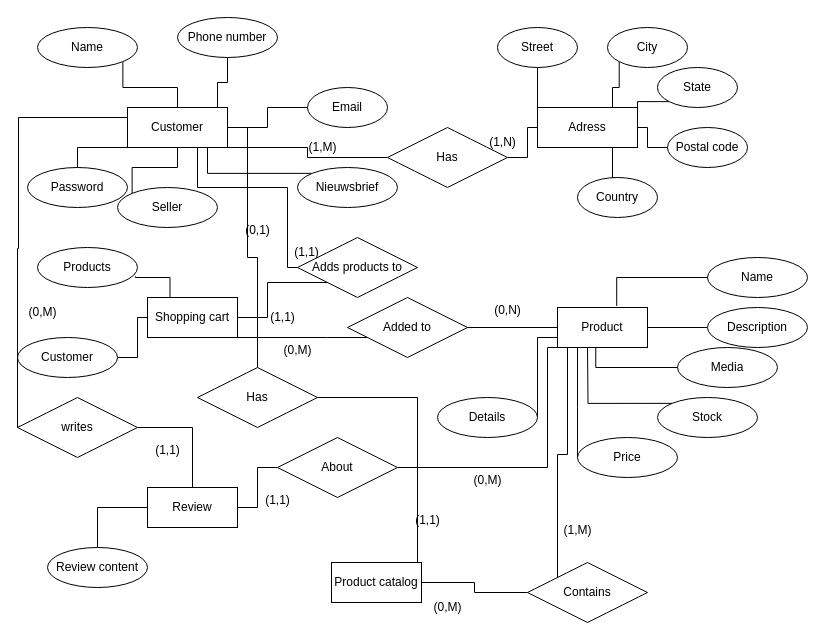
This is analysis/Conceptual model.drawio from UCLL-Full-stack/project2425-ti-group-2-11, a draw.io file, before an edit. Source tidied: cells renumbered, new cells numbered last; positions are measured from the earlier drawing's top-left corner, leaving out a move shared by most shapes. Both pictures are drawn from the tidied source at 100%, with x=0, y=0 at pixel (17, 17).
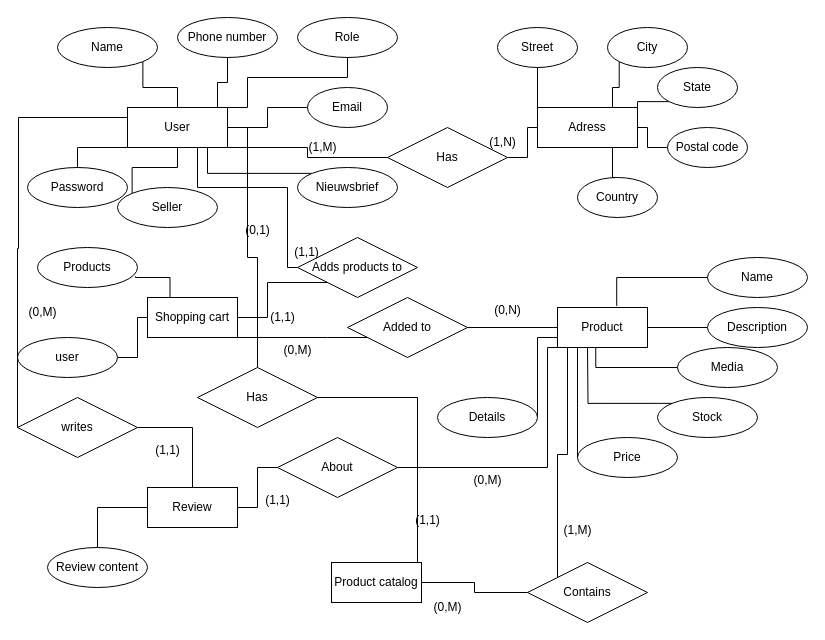
Above is the later version.

Commit message (it also covers changes not shown here):
Customer naar user veranderd en role toegevoegd voor admin mogelijkheden

Diff of the diagram source:
```diff
@@
-    <mxCell id="3" value="Customer" style="whiteSpace=wrap;html=1;align=center;" parent="1" vertex="1">
+    <mxCell id="3" value="User" style="whiteSpace=wrap;html=1;align=center;" parent="1" vertex="1">
       <mxGeometry x="110" y="90" width="100" height="40" as="geometry" />
     </mxCell>
@@
     <mxCell id="5" value="Name" style="ellipse;whiteSpace=wrap;html=1;align=center;" parent="1" vertex="1">
-      <mxGeometry x="20" y="10" width="100" height="40" as="geometry" />
+      <mxGeometry x="40" y="10" width="100" height="40" as="geometry" />
     </mxCell>
@@
-    <mxCell id="34" value="Customer" style="ellipse;whiteSpace=wrap;html=1;align=center;" parent="1" vertex="1">
+    <mxCell id="34" value="user" style="ellipse;whiteSpace=wrap;html=1;align=center;" parent="1" vertex="1">
       <mxGeometry y="320" width="100" height="40" as="geometry" />
     </mxCell>
@@
+    <mxCell id="83" style="edgeStyle=orthogonalEdgeStyle;rounded=0;jettySize=auto;html=1;entryX=1;entryY=0;entryDx=0;entryDy=0;endArrow=none;endFill=0;" parent="1" edge="1" source="84" target="3">
+      <mxGeometry relative="1" as="geometry">
+        <Array as="points">
+          <mxPoint x="330" y="60" />
+          <mxPoint x="230" y="60" />
+          <mxPoint x="230" y="90" />
+        </Array>
+      </mxGeometry>
+    </mxCell>
+    <mxCell id="84" value="Role" style="ellipse;whiteSpace=wrap;html=1;align=center;" parent="1" vertex="1">
+      <mxGeometry x="280" width="100" height="40" as="geometry" />
+    </mxCell>
```
